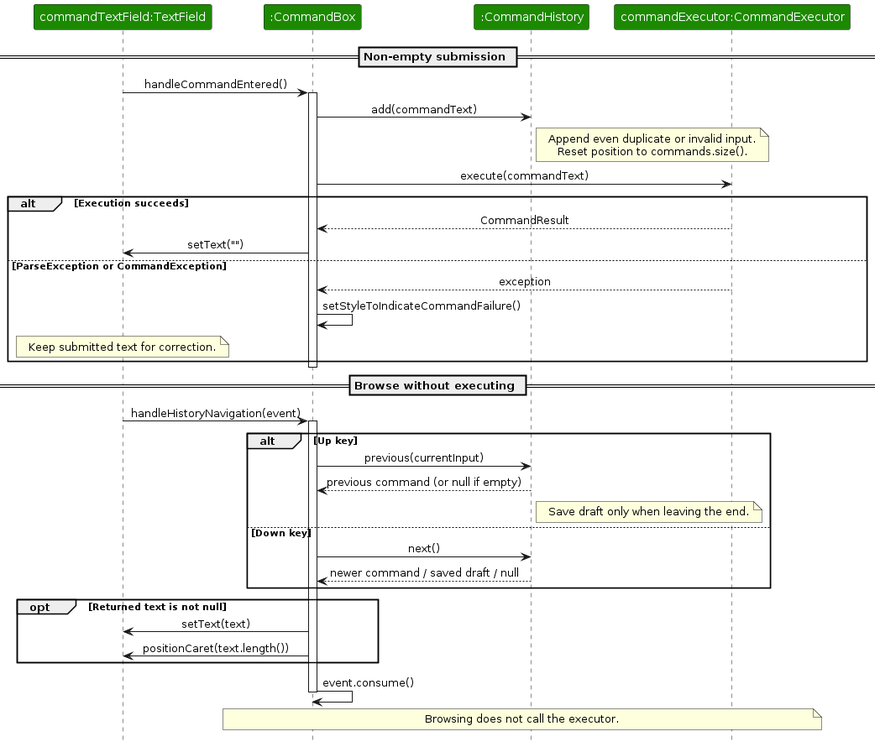
Earlier version of the PlantUML export diagrams/CommandHistorySequenceDiagram.png (AY2627S1-CS2103T-F15-3/tp). Its source is kept beside it as diagrams/CommandHistorySequenceDiagram.puml. Source of this version:
```plantuml
@startuml
!include style.puml
skinparam ArrowFontStyle plain
participant "commandTextField:TextField" as Field UI_COLOR
participant ":CommandBox" as Box UI_COLOR
participant ":CommandHistory" as History UI_COLOR
participant "commandExecutor:CommandExecutor" as Executor UI_COLOR

== Non-empty submission ==
Field -> Box : handleCommandEntered()
activate Box
Box -> History : add(commandText)
note right of History
  Append even duplicate or invalid input.
  Reset position to commands.size().
end note
Box -> Executor : execute(commandText)
alt Execution succeeds
  Executor --> Box : CommandResult
  Box -> Field : setText("")
else ParseException or CommandException
  Executor --> Box : exception
  Box -> Box : setStyleToIndicateCommandFailure()
  note over Field : Keep submitted text for correction.
end
 deactivate Box

== Browse without executing ==
Field -> Box : handleHistoryNavigation(event)
activate Box
alt Up key
  Box -> History : previous(currentInput)
  History --> Box : previous command (or null if empty)
  note right of History : Save draft only when leaving the end.
else Down key
  Box -> History : next()
  History --> Box : newer command / saved draft / null
end
opt Returned text is not null
  Box -> Field : setText(text)
  Box -> Field : positionCaret(text.length())
end
Box -> Box : event.consume()
deactivate Box
note over Box, Executor : Browsing does not call the executor.
@enduml
```
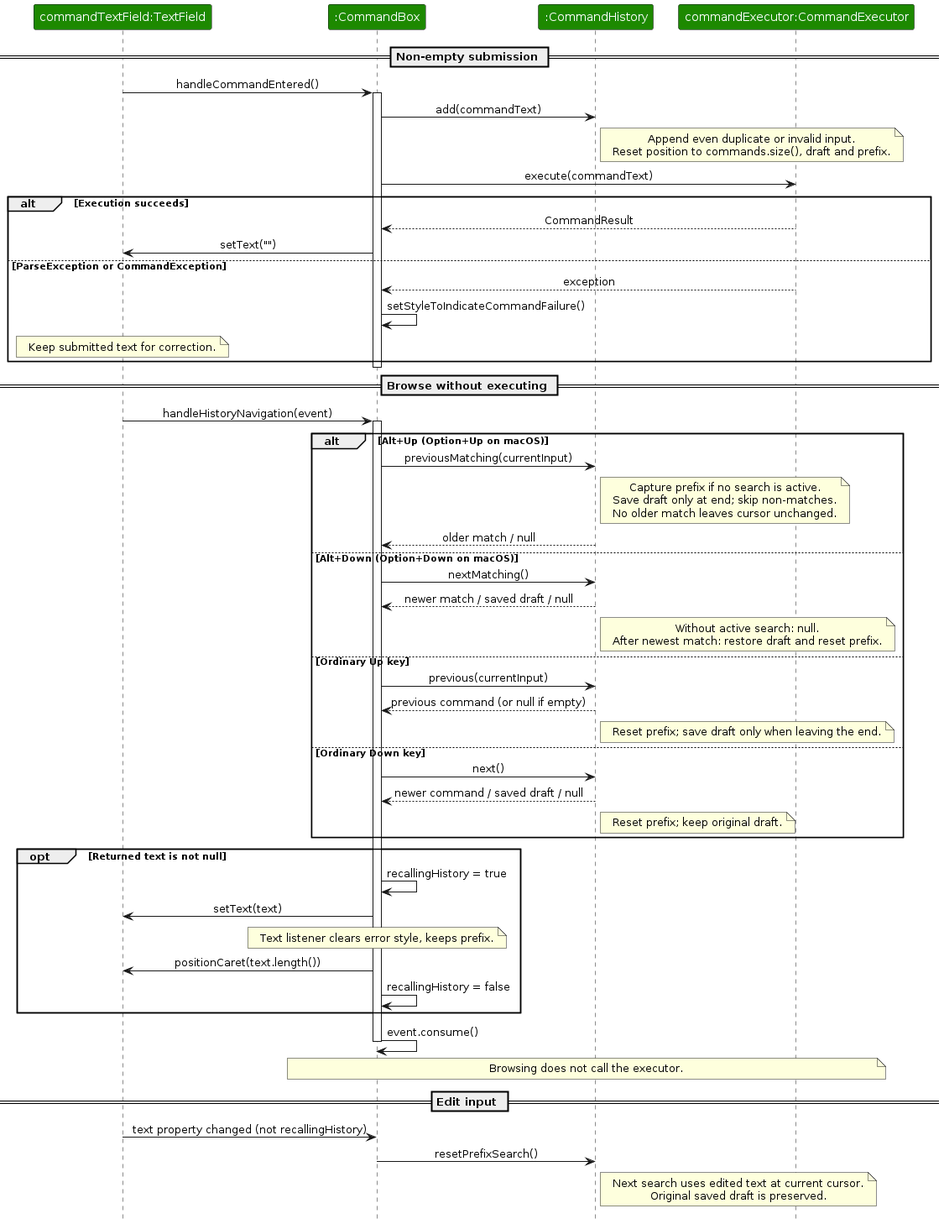
After the change.

Diff of the diagram source:
```diff
@@ -12,7 +12,7 @@
 Box -> History : add(commandText)
 note right of History
   Append even duplicate or invalid input.
-  Reset position to commands.size().
+  Reset position to commands.size(), draft and prefix.
 end note
 Box -> Executor : execute(commandText)
 alt Execution succeeds
@@ -28,19 +28,46 @@
 == Browse without executing ==
 Field -> Box : handleHistoryNavigation(event)
 activate Box
-alt Up key
+alt Alt+Up (Option+Up on macOS)
+  Box -> History : previousMatching(currentInput)
+  note right of History
+    Capture prefix if no search is active.
+    Save draft only at end; skip non-matches.
+    No older match leaves cursor unchanged.
+  end note
+  History --> Box : older match / null
+else Alt+Down (Option+Down on macOS)
+  Box -> History : nextMatching()
+  History --> Box : newer match / saved draft / null
+  note right of History
+    Without active search: null.
+    After newest match: restore draft and reset prefix.
+  end note
+else Ordinary Up key
   Box -> History : previous(currentInput)
   History --> Box : previous command (or null if empty)
-  note right of History : Save draft only when leaving the end.
-else Down key
+  note right of History : Reset prefix; save draft only when leaving the end.
+else Ordinary Down key
   Box -> History : next()
   History --> Box : newer command / saved draft / null
+  note right of History : Reset prefix; keep original draft.
 end
 opt Returned text is not null
+  Box -> Box : recallingHistory = true
   Box -> Field : setText(text)
+  note over Box : Text listener clears error style, keeps prefix.
   Box -> Field : positionCaret(text.length())
+  Box -> Box : recallingHistory = false
 end
 Box -> Box : event.consume()
 deactivate Box
 note over Box, Executor : Browsing does not call the executor.
+
+== Edit input ==
+Field -> Box : text property changed (not recallingHistory)
+Box -> History : resetPrefixSearch()
+note right of History
+  Next search uses edited text at current cursor.
+  Original saved draft is preserved.
+end note
 @enduml
```
